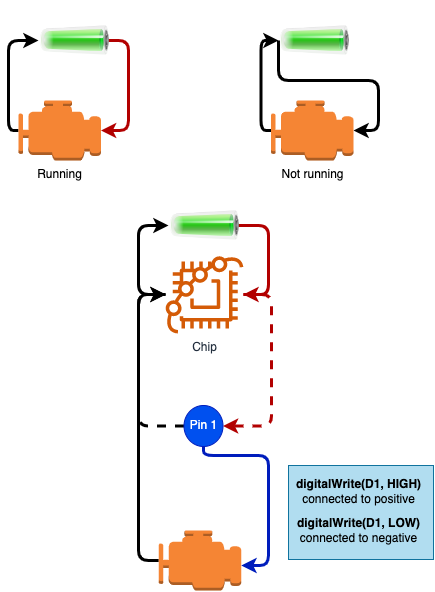
This is docs/assets/programmable-circuit.drawio.png from jensjepsen/bbots, a draw.io export, as it was before one commit. Source tidied: cells renumbered, new cells last; positions are measured from the earlier drawing's top-left corner, leaving out a move shared by most shapes. Its diagram source:
```xml
<mxGraphModel background="#ffffff">
  <root>
    <mxCell id="0" />
    <mxCell id="1" parent="0" />
    <mxCell id="2" style="html=1;strokeColor=none;strokeWidth=3;exitX=0.5;exitY=1;exitDx=0;exitDy=0;" parent="1" edge="1" source="4">
      <mxGeometry relative="1" as="geometry">
        <mxPoint x="10" y="155" as="targetPoint" />
      </mxGeometry>
    </mxCell>
    <mxCell id="3" style="edgeStyle=orthogonalEdgeStyle;html=1;exitX=0.5;exitY=0;exitDx=0;exitDy=0;strokeColor=#B20000;strokeWidth=3;fillColor=#e51400;" parent="1" edge="1" source="4" target="6">
      <mxGeometry relative="1" as="geometry">
        <Array as="points">
          <mxPoint x="110" y="35" />
          <mxPoint x="110" y="125" />
        </Array>
      </mxGeometry>
    </mxCell>
    <mxCell id="4" style="image;html=1;image=img/lib/clip_art/general/Battery_100_128x128.png;rotation=90;" parent="1" vertex="1">
      <mxGeometry x="15" width="80" height="70" as="geometry" />
    </mxCell>
    <mxCell id="5" style="edgeStyle=orthogonalEdgeStyle;html=1;exitX=0;exitY=0.5;exitDx=0;exitDy=0;exitPerimeter=0;entryX=0.5;entryY=1;entryDx=0;entryDy=0;strokeColor=#000000;strokeWidth=3;" parent="1" edge="1" source="6" target="4">
      <mxGeometry relative="1" as="geometry" />
    </mxCell>
    <mxCell id="6" value="Running&lt;br&gt;" style="outlineConnect=0;dashed=0;verticalLabelPosition=bottom;verticalAlign=top;align=center;html=1;shape=mxgraph.aws3.emr_engine;fillColor=#F58534;gradientColor=none;fontColor=#000000;" parent="1" vertex="1">
      <mxGeometry y="95" width="82.5" height="60" as="geometry" />
    </mxCell>
    <mxCell id="7" style="edgeStyle=orthogonalEdgeStyle;html=1;exitX=0.5;exitY=0;exitDx=0;exitDy=0;strokeColor=#B20000;strokeWidth=3;fillColor=#e51400;" parent="1" edge="1" source="8" target="11">
      <mxGeometry relative="1" as="geometry">
        <Array as="points">
          <mxPoint x="250" y="220" />
          <mxPoint x="250" y="289" />
        </Array>
      </mxGeometry>
    </mxCell>
    <mxCell id="8" style="image;html=1;image=img/lib/clip_art/general/Battery_100_128x128.png;rotation=90;" parent="1" vertex="1">
      <mxGeometry x="145" y="185" width="80" height="70" as="geometry" />
    </mxCell>
    <mxCell id="9" style="edgeStyle=orthogonalEdgeStyle;html=1;entryX=0.5;entryY=1;entryDx=0;entryDy=0;strokeColor=#000000;strokeWidth=3;" parent="1" edge="1" source="11" target="8">
      <mxGeometry relative="1" as="geometry">
        <Array as="points">
          <mxPoint x="120" y="289" />
          <mxPoint x="120" y="220" />
        </Array>
      </mxGeometry>
    </mxCell>
    <mxCell id="10" style="edgeStyle=orthogonalEdgeStyle;html=1;entryX=1;entryY=0.5;entryDx=0;entryDy=0;strokeColor=#B20000;strokeWidth=3;fillColor=#e51400;dashed=1;" parent="1" edge="1" source="11" target="16">
      <mxGeometry relative="1" as="geometry">
        <Array as="points">
          <mxPoint x="253" y="289" />
          <mxPoint x="253" y="421" />
        </Array>
      </mxGeometry>
    </mxCell>
    <mxCell id="11" value="Chip" style="sketch=0;outlineConnect=0;fontColor=#232F3E;gradientColor=none;fillColor=#D45B07;strokeColor=none;dashed=0;verticalLabelPosition=bottom;verticalAlign=top;align=center;html=1;fontSize=12;fontStyle=0;shape=mxgraph.aws4.braket_chip;" parent="1" vertex="1">
      <mxGeometry x="147" y="250" width="78" height="78" as="geometry" />
    </mxCell>
    <mxCell id="12" style="edgeStyle=orthogonalEdgeStyle;html=1;exitX=0;exitY=0.5;exitDx=0;exitDy=0;exitPerimeter=0;strokeWidth=3;strokeColor=#000000;" parent="1" edge="1" source="13" target="11">
      <mxGeometry relative="1" as="geometry">
        <Array as="points">
          <mxPoint x="120" y="555" />
          <mxPoint x="120" y="289" />
        </Array>
      </mxGeometry>
    </mxCell>
    <mxCell id="13" style="outlineConnect=0;dashed=0;verticalLabelPosition=bottom;verticalAlign=top;align=center;html=1;shape=mxgraph.aws3.emr_engine;fillColor=#F58534;gradientColor=none;" parent="1" vertex="1">
      <mxGeometry x="140.3" y="525" width="82.5" height="60" as="geometry" />
    </mxCell>
    <mxCell id="14" style="edgeStyle=orthogonalEdgeStyle;html=1;strokeColor=#000000;strokeWidth=3;dashed=1;" parent="1" edge="1" source="16" target="11">
      <mxGeometry relative="1" as="geometry">
        <Array as="points">
          <mxPoint x="120" y="421" />
          <mxPoint x="120" y="289" />
        </Array>
      </mxGeometry>
    </mxCell>
    <mxCell id="15" style="edgeStyle=orthogonalEdgeStyle;html=1;exitX=0.5;exitY=1;exitDx=0;exitDy=0;strokeColor=#001DBC;strokeWidth=3;fillColor=#0050ef;" parent="1" edge="1" source="16" target="13">
      <mxGeometry relative="1" as="geometry">
        <Array as="points">
          <mxPoint x="185" y="450" />
          <mxPoint x="250" y="450" />
          <mxPoint x="250" y="560" />
        </Array>
      </mxGeometry>
    </mxCell>
    <mxCell id="16" value="Pin 1&lt;br&gt;" style="ellipse;whiteSpace=wrap;html=1;fillColor=#0050ef;fontColor=#ffffff;strokeColor=#001DBC;" parent="1" vertex="1">
      <mxGeometry x="165.5" y="400" width="39" height="41" as="geometry" />
    </mxCell>
    <mxCell id="17" style="group;" parent="1" vertex="1">
      <mxGeometry x="270" y="460" width="145" height="94" as="geometry" />
    </mxCell>
    <mxCell id="18" style="rounded=0;whiteSpace=wrap;html=1;fillColor=#b1ddf0;strokeColor=#10739e;" parent="17" vertex="1">
      <mxGeometry width="145" height="94" as="geometry" />
    </mxCell>
    <mxCell id="19" value="&lt;font color=&quot;#000000&quot;&gt;&lt;b&gt;digitalWrite(D1, HIGH)&lt;br&gt;&lt;/b&gt;connected to positive&lt;br&gt;&lt;/font&gt;" style="text;html=1;align=center;verticalAlign=middle;strokeColor=none;fillColor=none;" parent="17" vertex="1">
      <mxGeometry y="11" width="140" height="30" as="geometry" />
    </mxCell>
    <mxCell id="20" value="&lt;font color=&quot;#000000&quot;&gt;&lt;b&gt;digitalWrite(D1, LOW)&lt;br&gt;&lt;/b&gt;connected to negative&lt;br&gt;&lt;/font&gt;" style="text;html=1;align=center;verticalAlign=middle;strokeColor=none;fillColor=none;" parent="17" vertex="1">
      <mxGeometry y="50" width="140" height="30" as="geometry" />
    </mxCell>
    <mxCell id="21" style="edgeStyle=orthogonalEdgeStyle;html=1;exitX=0.5;exitY=1;exitDx=0;exitDy=0;entryX=1;entryY=0.5;entryDx=0;entryDy=0;entryPerimeter=0;fontColor=#000000;strokeColor=#000000;strokeWidth=3;" parent="1" edge="1" source="22" target="24">
      <mxGeometry relative="1" as="geometry">
        <Array as="points">
          <mxPoint x="260" y="75" />
          <mxPoint x="360" y="75" />
          <mxPoint x="360" y="125" />
        </Array>
      </mxGeometry>
    </mxCell>
    <mxCell id="22" style="image;html=1;image=img/lib/clip_art/general/Battery_100_128x128.png;rotation=90;" parent="1" vertex="1">
      <mxGeometry x="255" width="80" height="70" as="geometry" />
    </mxCell>
    <mxCell id="23" style="edgeStyle=orthogonalEdgeStyle;html=1;exitX=0;exitY=0.5;exitDx=0;exitDy=0;exitPerimeter=0;entryX=0.5;entryY=1;entryDx=0;entryDy=0;strokeColor=#000000;strokeWidth=3;" parent="1" edge="1" source="24" target="22">
      <mxGeometry relative="1" as="geometry" />
    </mxCell>
    <mxCell id="24" value="Not running&lt;br&gt;" style="outlineConnect=0;dashed=0;verticalLabelPosition=bottom;verticalAlign=top;align=center;html=1;shape=mxgraph.aws3.emr_engine;fillColor=#F58534;gradientColor=none;fontColor=#000000;" parent="1" vertex="1">
      <mxGeometry x="252.5" y="95" width="82.5" height="60" as="geometry" />
    </mxCell>
  </root>
</mxGraphModel>
```
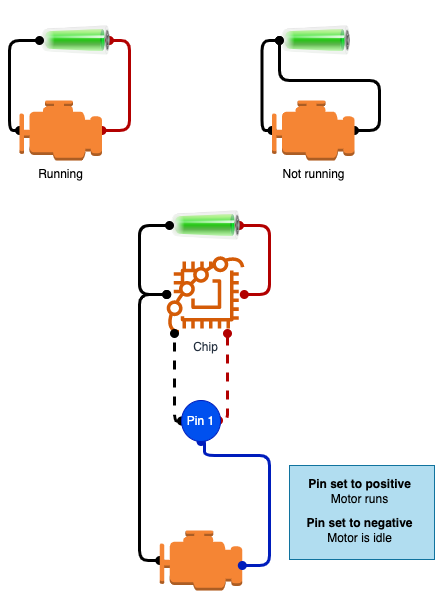
The same diagram one commit later.

What changed in the source:
```diff
@@ -7,7 +7,7 @@
         <mxPoint x="10" y="155" as="targetPoint" />
       </mxGeometry>
     </mxCell>
-    <mxCell id="3" style="edgeStyle=orthogonalEdgeStyle;html=1;exitX=0.5;exitY=0;exitDx=0;exitDy=0;strokeColor=#B20000;strokeWidth=3;fillColor=#e51400;" parent="1" edge="1" source="4" target="6">
+    <mxCell id="3" style="edgeStyle=orthogonalEdgeStyle;html=1;exitX=0.5;exitY=0;exitDx=0;exitDy=0;strokeColor=#B20000;strokeWidth=3;fillColor=#e51400;startArrow=oval;startFill=1;endArrow=oval;endFill=1;" parent="1" edge="1" source="4" target="6">
       <mxGeometry relative="1" as="geometry">
         <Array as="points">
           <mxPoint x="110" y="35" />
@@ -18,13 +18,13 @@
     <mxCell id="4" style="image;html=1;image=img/lib/clip_art/general/Battery_100_128x128.png;rotation=90;" parent="1" vertex="1">
       <mxGeometry x="15" width="80" height="70" as="geometry" />
     </mxCell>
-    <mxCell id="5" style="edgeStyle=orthogonalEdgeStyle;html=1;exitX=0;exitY=0.5;exitDx=0;exitDy=0;exitPerimeter=0;entryX=0.5;entryY=1;entryDx=0;entryDy=0;strokeColor=#000000;strokeWidth=3;" parent="1" edge="1" source="6" target="4">
+    <mxCell id="5" style="edgeStyle=orthogonalEdgeStyle;html=1;exitX=0;exitY=0.5;exitDx=0;exitDy=0;exitPerimeter=0;entryX=0.5;entryY=1;entryDx=0;entryDy=0;strokeColor=#000000;strokeWidth=3;startArrow=oval;startFill=1;endArrow=oval;endFill=1;" parent="1" edge="1" source="6" target="4">
       <mxGeometry relative="1" as="geometry" />
     </mxCell>
     <mxCell id="6" value="Running&lt;br&gt;" style="outlineConnect=0;dashed=0;verticalLabelPosition=bottom;verticalAlign=top;align=center;html=1;shape=mxgraph.aws3.emr_engine;fillColor=#F58534;gradientColor=none;fontColor=#000000;" parent="1" vertex="1">
       <mxGeometry y="95" width="82.5" height="60" as="geometry" />
     </mxCell>
-    <mxCell id="7" style="edgeStyle=orthogonalEdgeStyle;html=1;exitX=0.5;exitY=0;exitDx=0;exitDy=0;strokeColor=#B20000;strokeWidth=3;fillColor=#e51400;" parent="1" edge="1" source="8" target="11">
+    <mxCell id="7" style="edgeStyle=orthogonalEdgeStyle;html=1;exitX=0.5;exitY=0;exitDx=0;exitDy=0;strokeColor=#B20000;strokeWidth=3;fillColor=#e51400;startArrow=oval;startFill=1;endArrow=oval;endFill=1;" parent="1" edge="1" source="8" target="11">
       <mxGeometry relative="1" as="geometry">
         <Array as="points">
           <mxPoint x="250" y="220" />
@@ -35,7 +35,7 @@
     <mxCell id="8" style="image;html=1;image=img/lib/clip_art/general/Battery_100_128x128.png;rotation=90;" parent="1" vertex="1">
       <mxGeometry x="145" y="185" width="80" height="70" as="geometry" />
     </mxCell>
-    <mxCell id="9" style="edgeStyle=orthogonalEdgeStyle;html=1;entryX=0.5;entryY=1;entryDx=0;entryDy=0;strokeColor=#000000;strokeWidth=3;" parent="1" edge="1" source="11" target="8">
+    <mxCell id="9" style="edgeStyle=orthogonalEdgeStyle;html=1;entryX=0.5;entryY=1;entryDx=0;entryDy=0;strokeColor=#000000;strokeWidth=3;startArrow=oval;startFill=1;endArrow=oval;endFill=1;" parent="1" edge="1" source="11" target="8">
       <mxGeometry relative="1" as="geometry">
         <Array as="points">
           <mxPoint x="120" y="289" />
@@ -43,18 +43,19 @@
         </Array>
       </mxGeometry>
     </mxCell>
-    <mxCell id="10" style="edgeStyle=orthogonalEdgeStyle;html=1;entryX=1;entryY=0.5;entryDx=0;entryDy=0;strokeColor=#B20000;strokeWidth=3;fillColor=#e51400;dashed=1;" parent="1" edge="1" source="11" target="16">
+    <mxCell id="10" style="edgeStyle=orthogonalEdgeStyle;html=1;strokeColor=#B20000;strokeWidth=3;fillColor=#e51400;dashed=1;startArrow=oval;startFill=1;endArrow=oval;endFill=1;" parent="1" edge="1">
       <mxGeometry relative="1" as="geometry">
+        <mxPoint x="208" y="328" as="sourcePoint" />
+        <mxPoint x="199" y="415" as="targetPoint" />
         <Array as="points">
-          <mxPoint x="253" y="289" />
-          <mxPoint x="253" y="421" />
+          <mxPoint x="208" y="416" />
         </Array>
       </mxGeometry>
     </mxCell>
     <mxCell id="11" value="Chip" style="sketch=0;outlineConnect=0;fontColor=#232F3E;gradientColor=none;fillColor=#D45B07;strokeColor=none;dashed=0;verticalLabelPosition=bottom;verticalAlign=top;align=center;html=1;fontSize=12;fontStyle=0;shape=mxgraph.aws4.braket_chip;" parent="1" vertex="1">
       <mxGeometry x="147" y="250" width="78" height="78" as="geometry" />
     </mxCell>
-    <mxCell id="12" style="edgeStyle=orthogonalEdgeStyle;html=1;exitX=0;exitY=0.5;exitDx=0;exitDy=0;exitPerimeter=0;strokeWidth=3;strokeColor=#000000;" parent="1" edge="1" source="13" target="11">
+    <mxCell id="12" style="edgeStyle=orthogonalEdgeStyle;html=1;exitX=0;exitY=0.5;exitDx=0;exitDy=0;exitPerimeter=0;strokeWidth=3;strokeColor=#000000;startArrow=oval;startFill=1;endArrow=oval;endFill=1;" parent="1" edge="1" source="13" target="11">
       <mxGeometry relative="1" as="geometry">
         <Array as="points">
           <mxPoint x="120" y="555" />
@@ -65,15 +66,15 @@
     <mxCell id="13" style="outlineConnect=0;dashed=0;verticalLabelPosition=bottom;verticalAlign=top;align=center;html=1;shape=mxgraph.aws3.emr_engine;fillColor=#F58534;gradientColor=none;" parent="1" vertex="1">
       <mxGeometry x="140.3" y="525" width="82.5" height="60" as="geometry" />
     </mxCell>
-    <mxCell id="14" style="edgeStyle=orthogonalEdgeStyle;html=1;strokeColor=#000000;strokeWidth=3;dashed=1;" parent="1" edge="1" source="16" target="11">
+    <mxCell id="14" style="edgeStyle=orthogonalEdgeStyle;html=1;strokeColor=#000000;strokeWidth=3;dashed=1;startArrow=oval;startFill=1;endArrow=oval;endFill=1;" parent="1" edge="1" source="16">
       <mxGeometry relative="1" as="geometry">
+        <mxPoint x="155" y="328" as="targetPoint" />
         <Array as="points">
-          <mxPoint x="120" y="421" />
-          <mxPoint x="120" y="289" />
+          <mxPoint x="155" y="416" />
         </Array>
       </mxGeometry>
     </mxCell>
-    <mxCell id="15" style="edgeStyle=orthogonalEdgeStyle;html=1;exitX=0.5;exitY=1;exitDx=0;exitDy=0;strokeColor=#001DBC;strokeWidth=3;fillColor=#0050ef;" parent="1" edge="1" source="16" target="13">
+    <mxCell id="15" style="edgeStyle=orthogonalEdgeStyle;html=1;exitX=0.5;exitY=1;exitDx=0;exitDy=0;strokeColor=#001DBC;strokeWidth=3;fillColor=#0050ef;startArrow=oval;startFill=1;endArrow=oval;endFill=1;" parent="1" edge="1" source="16" target="13">
       <mxGeometry relative="1" as="geometry">
         <Array as="points">
           <mxPoint x="185" y="450" />
@@ -83,7 +84,7 @@
       </mxGeometry>
     </mxCell>
     <mxCell id="16" value="Pin 1&lt;br&gt;" style="ellipse;whiteSpace=wrap;html=1;fillColor=#0050ef;fontColor=#ffffff;strokeColor=#001DBC;" parent="1" vertex="1">
-      <mxGeometry x="165.5" y="400" width="39" height="41" as="geometry" />
+      <mxGeometry x="162.1" y="395" width="39" height="41" as="geometry" />
     </mxCell>
     <mxCell id="17" style="group;" parent="1" vertex="1">
       <mxGeometry x="270" y="460" width="145" height="94" as="geometry" />
@@ -91,13 +92,13 @@
     <mxCell id="18" style="rounded=0;whiteSpace=wrap;html=1;fillColor=#b1ddf0;strokeColor=#10739e;" parent="17" vertex="1">
       <mxGeometry width="145" height="94" as="geometry" />
     </mxCell>
-    <mxCell id="19" value="&lt;font color=&quot;#000000&quot;&gt;&lt;b&gt;digitalWrite(D1, HIGH)&lt;br&gt;&lt;/b&gt;connected to positive&lt;br&gt;&lt;/font&gt;" style="text;html=1;align=center;verticalAlign=middle;strokeColor=none;fillColor=none;" parent="17" vertex="1">
-      <mxGeometry y="11" width="140" height="30" as="geometry" />
+    <mxCell id="19" value="&lt;font color=&quot;#000000&quot;&gt;&lt;b&gt;Pin set to positive&lt;br&gt;&lt;/b&gt;Motor runs&lt;br&gt;&lt;/font&gt;" style="text;html=1;align=center;verticalAlign=middle;strokeColor=none;fillColor=none;" parent="17" vertex="1">
+      <mxGeometry x="5" y="6" width="130" height="40" as="geometry" />
     </mxCell>
-    <mxCell id="20" value="&lt;font color=&quot;#000000&quot;&gt;&lt;b&gt;digitalWrite(D1, LOW)&lt;br&gt;&lt;/b&gt;connected to negative&lt;br&gt;&lt;/font&gt;" style="text;html=1;align=center;verticalAlign=middle;strokeColor=none;fillColor=none;" parent="17" vertex="1">
-      <mxGeometry y="50" width="140" height="30" as="geometry" />
+    <mxCell id="20" value="&lt;font color=&quot;#000000&quot;&gt;&lt;b&gt;Pin set to negative&lt;br&gt;&lt;/b&gt;Motor is idle&lt;br&gt;&lt;/font&gt;" style="text;html=1;align=center;verticalAlign=middle;strokeColor=none;fillColor=none;" parent="17" vertex="1">
+      <mxGeometry x="5" y="45" width="130" height="40" as="geometry" />
     </mxCell>
-    <mxCell id="21" style="edgeStyle=orthogonalEdgeStyle;html=1;exitX=0.5;exitY=1;exitDx=0;exitDy=0;entryX=1;entryY=0.5;entryDx=0;entryDy=0;entryPerimeter=0;fontColor=#000000;strokeColor=#000000;strokeWidth=3;" parent="1" edge="1" source="22" target="24">
+    <mxCell id="21" style="edgeStyle=orthogonalEdgeStyle;html=1;exitX=0.5;exitY=1;exitDx=0;exitDy=0;entryX=1;entryY=0.5;entryDx=0;entryDy=0;entryPerimeter=0;fontColor=#000000;strokeColor=#000000;strokeWidth=3;startArrow=oval;startFill=1;endArrow=oval;endFill=1;" parent="1" edge="1" source="22" target="24">
       <mxGeometry relative="1" as="geometry">
         <Array as="points">
           <mxPoint x="260" y="75" />
@@ -109,7 +110,7 @@
     <mxCell id="22" style="image;html=1;image=img/lib/clip_art/general/Battery_100_128x128.png;rotation=90;" parent="1" vertex="1">
       <mxGeometry x="255" width="80" height="70" as="geometry" />
     </mxCell>
-    <mxCell id="23" style="edgeStyle=orthogonalEdgeStyle;html=1;exitX=0;exitY=0.5;exitDx=0;exitDy=0;exitPerimeter=0;entryX=0.5;entryY=1;entryDx=0;entryDy=0;strokeColor=#000000;strokeWidth=3;" parent="1" edge="1" source="24" target="22">
+    <mxCell id="23" style="edgeStyle=orthogonalEdgeStyle;html=1;exitX=0;exitY=0.5;exitDx=0;exitDy=0;exitPerimeter=0;entryX=0.5;entryY=1;entryDx=0;entryDy=0;strokeColor=#000000;strokeWidth=3;startArrow=oval;startFill=1;endArrow=oval;endFill=1;" parent="1" edge="1" source="24" target="22">
       <mxGeometry relative="1" as="geometry" />
     </mxCell>
     <mxCell id="24" value="Not running&lt;br&gt;" style="outlineConnect=0;dashed=0;verticalLabelPosition=bottom;verticalAlign=top;align=center;html=1;shape=mxgraph.aws3.emr_engine;fillColor=#F58534;gradientColor=none;fontColor=#000000;" parent="1" vertex="1">
```
